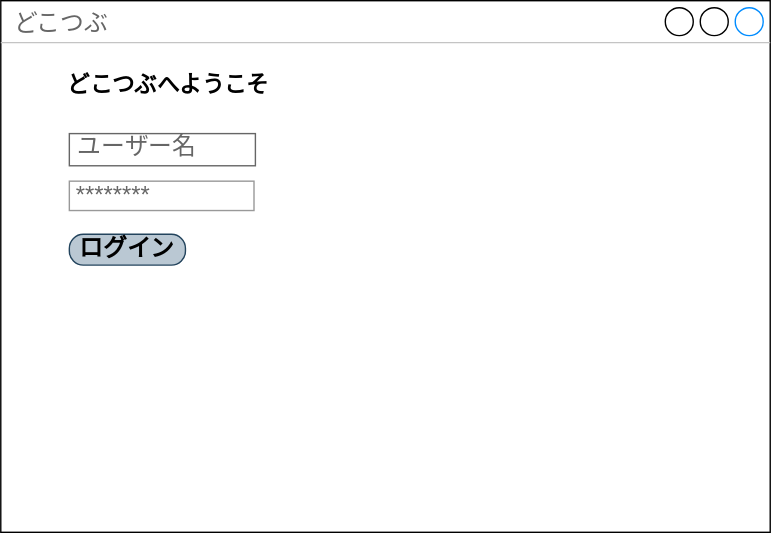
Above: クラス図.drawio.svg in YamagataRyota/sampleRepo (draw.io), before the change. Source tidied: cells renumbered, new cells last; positions are measured from the earlier drawing's top-left corner, leaving out a move shared by most shapes.
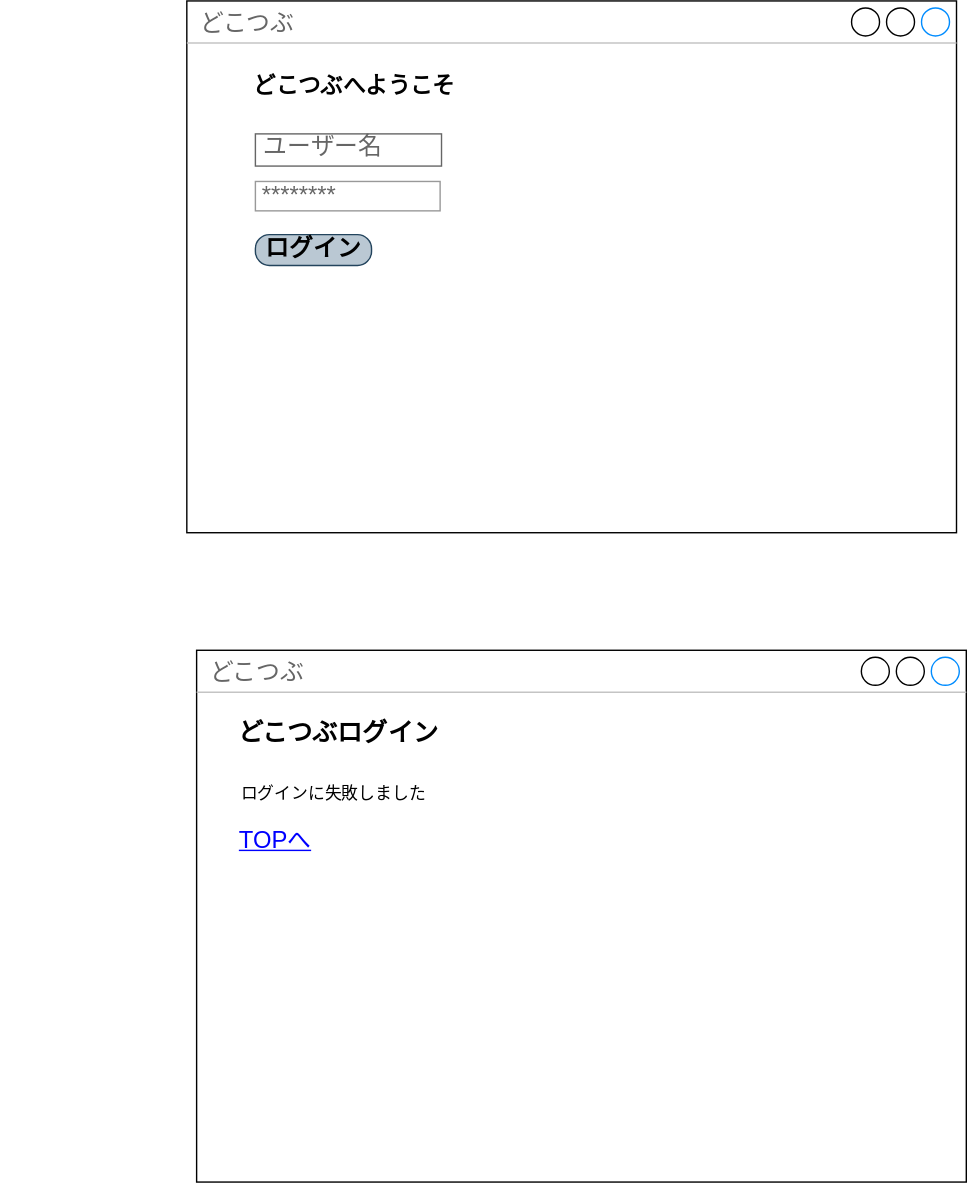
After the change.

Commit message:
クラス図.drawio.svg を更新します

What changed in the source:
```diff
@@ -17,5 +17,17 @@
     <mxCell id="6" value="ログイン" style="strokeWidth=1;shadow=0;dashed=0;align=center;html=1;shape=mxgraph.mockup.buttons.button;mainText=;buttonStyle=round;fontSize=17;fontStyle=1;whiteSpace=wrap;fillColor=#bac8d3;strokeColor=#23445d;" parent="1" vertex="1">
       <mxGeometry x="49" y="167" width="83" height="22" as="geometry" />
     </mxCell>
+    <mxCell id="7" value="どこつぶ" style="strokeWidth=1;shadow=0;dashed=0;align=center;html=1;shape=mxgraph.mockup.containers.window;align=left;verticalAlign=top;spacingLeft=8;strokeColor2=#008cff;strokeColor3=#c4c4c4;fontColor=#666666;mainText=;fontSize=17;labelBackgroundColor=none;whiteSpace=wrap;" parent="1" vertex="1">
+      <mxGeometry x="7" y="464" width="550" height="380" as="geometry" />
+    </mxCell>
+    <mxCell id="8" value="&lt;font style=&quot;font-size: 12px;&quot;&gt;ログインに失敗しました&lt;/font&gt;" style="text;strokeColor=none;fillColor=none;html=1;align=center;verticalAlign=middle;whiteSpace=wrap;rounded=0;fontSize=16;" parent="1" vertex="1">
+      <mxGeometry x="36" y="551" width="138" height="28" as="geometry" />
+    </mxCell>
+    <mxCell id="9" value="&lt;font style=&quot;font-size: 18px;&quot;&gt;&lt;b&gt;どこつぶログイン&lt;/b&gt;&lt;/font&gt;" style="text;strokeColor=none;fillColor=none;html=1;align=center;verticalAlign=middle;whiteSpace=wrap;rounded=0;fontSize=16;" parent="1" vertex="1">
+      <mxGeometry x="25" y="508" width="166.5" height="30" as="geometry" />
+    </mxCell>
+    <mxCell id="10" value="TOPへ" style="strokeWidth=1;shadow=0;dashed=0;align=center;html=1;shape=mxgraph.mockup.text.alphanumeric;linkText=;html=1;fontStyle=4;fontSize=17;fontColor=#0000ff;" parent="1" vertex="1">
+      <mxGeometry x="-133" y="595" width="391" height="11" as="geometry" />
+    </mxCell>
   </root>
 </mxGraphModel>
```
